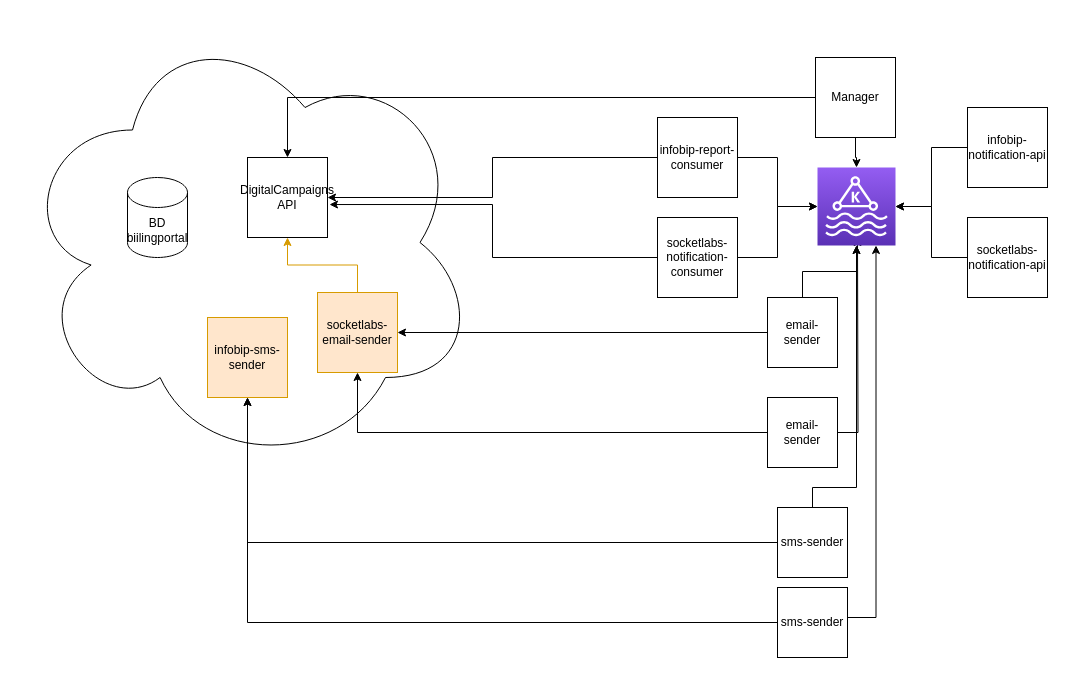
Before: Spring Security.drawio in caio-bueno/draws-valid, a draw.io diagram. Source tidied: cells renumbered, new cells numbered last; positions are measured from the earlier drawing's top-left corner, leaving out a move shared by most shapes. Both pictures are drawn from the tidied source at 100%, with x=0, y=0 at pixel (17, 17).
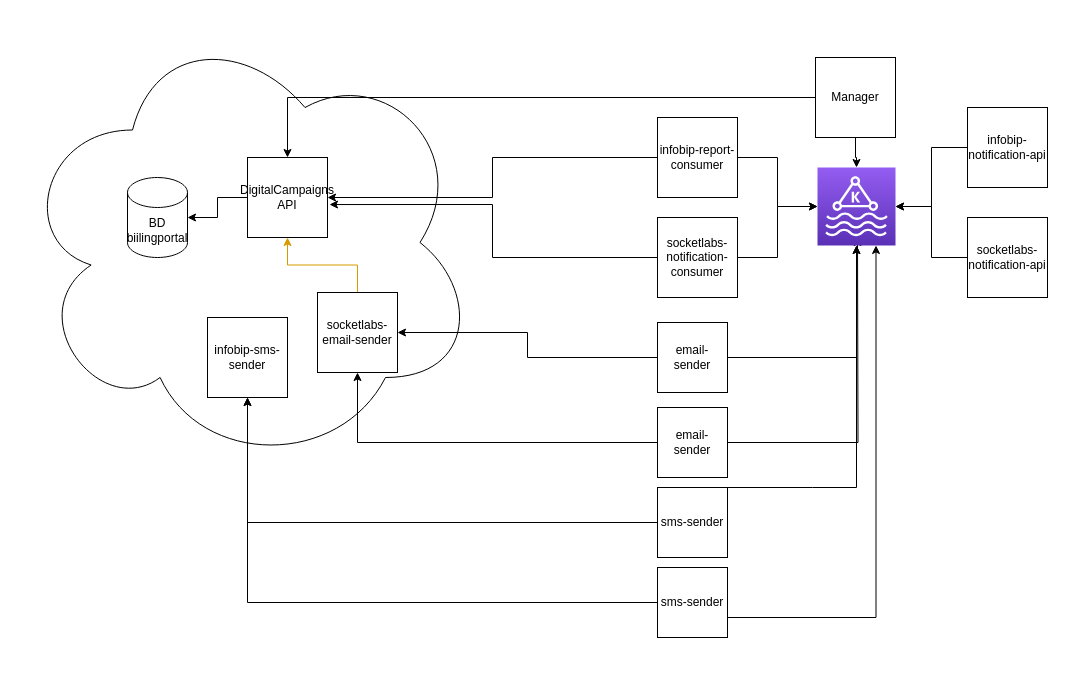
The same diagram, later.

The change refers to these unchanged cells:
```xml
<mxCell id="3" value="DigitalCampaigns API" style="whiteSpace=wrap;html=1;" parent="1" vertex="1">
  <mxGeometry x="230" y="140" width="80" height="80" as="geometry" />
</mxCell>
<mxCell id="13" value="BD biilingportal" style="shape=cylinder3;whiteSpace=wrap;html=1;boundedLbl=1;backgroundOutline=1;size=15;" parent="1" vertex="1">
  <mxGeometry x="110" y="160" width="60" height="80" as="geometry" />
</mxCell>
```

Change to the diagram source:
```diff
@@
+    <mxCell id="34" style="edgeStyle=orthogonalEdgeStyle;rounded=0;jettySize=auto;html=1;" parent="1" edge="1" source="3" target="13">
+      <mxGeometry relative="1" as="geometry" />
+    </mxCell>
@@
-    <mxCell id="14" value="infobip-sms-sender" style="whiteSpace=wrap;html=1;fillColor=#ffe6cc;strokeColor=#d79b00;" parent="1" vertex="1">
+    <mxCell id="14" value="infobip-sms-sender" style="whiteSpace=wrap;html=1;" parent="1" vertex="1">
       <mxGeometry x="190" y="300" width="80" height="80" as="geometry" />
     </mxCell>
@@
-    <mxCell id="16" value="socketlabs-email-sender" style="whiteSpace=wrap;html=1;fillColor=#ffe6cc;strokeColor=#d79b00;" parent="1" vertex="1">
+    <mxCell id="16" value="socketlabs-email-sender" style="whiteSpace=wrap;html=1;" parent="1" vertex="1">
       <mxGeometry x="300" y="275" width="80" height="80" as="geometry" />
     </mxCell>
@@
     <mxCell id="19" value="email-sender" style="whiteSpace=wrap;html=1;" parent="1" vertex="1">
-      <mxGeometry x="750" y="280" width="70" height="70" as="geometry" />
+      <mxGeometry x="640" y="305" width="70" height="70" as="geometry" />
     </mxCell>
@@
     <mxCell id="22" value="email-sender" style="whiteSpace=wrap;html=1;" parent="1" vertex="1">
-      <mxGeometry x="750" y="380" width="70" height="70" as="geometry" />
+      <mxGeometry x="640" y="390" width="70" height="70" as="geometry" />
     </mxCell>
@@
     <mxCell id="26" value="sms-sender" style="whiteSpace=wrap;html=1;" parent="1" vertex="1">
-      <mxGeometry x="760" y="490" width="70" height="70" as="geometry" />
+      <mxGeometry x="640" y="470" width="70" height="70" as="geometry" />
     </mxCell>
@@
     <mxCell id="29" value="sms-sender" style="whiteSpace=wrap;html=1;" parent="1" vertex="1">
-      <mxGeometry x="760" y="570" width="70" height="70" as="geometry" />
+      <mxGeometry x="640" y="550" width="70" height="70" as="geometry" />
     </mxCell>
```
